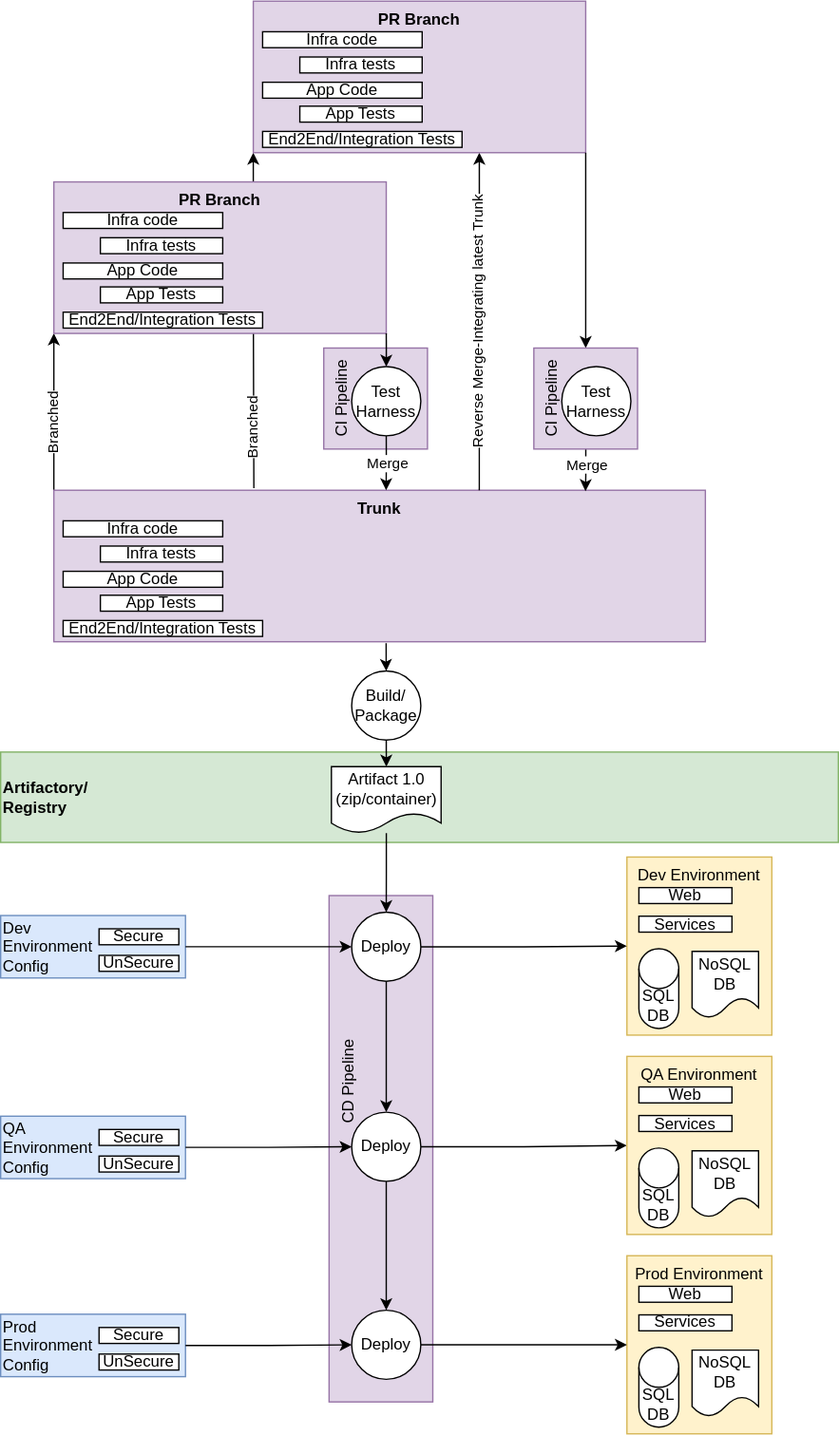
Above: assets/images/deployments.svg in vjavle/minimal-mistakes (draw.io), before the change. Source tidied: cells renumbered, new cells last; positions are measured from the earlier drawing's top-left corner, leaving out a move shared by most shapes.
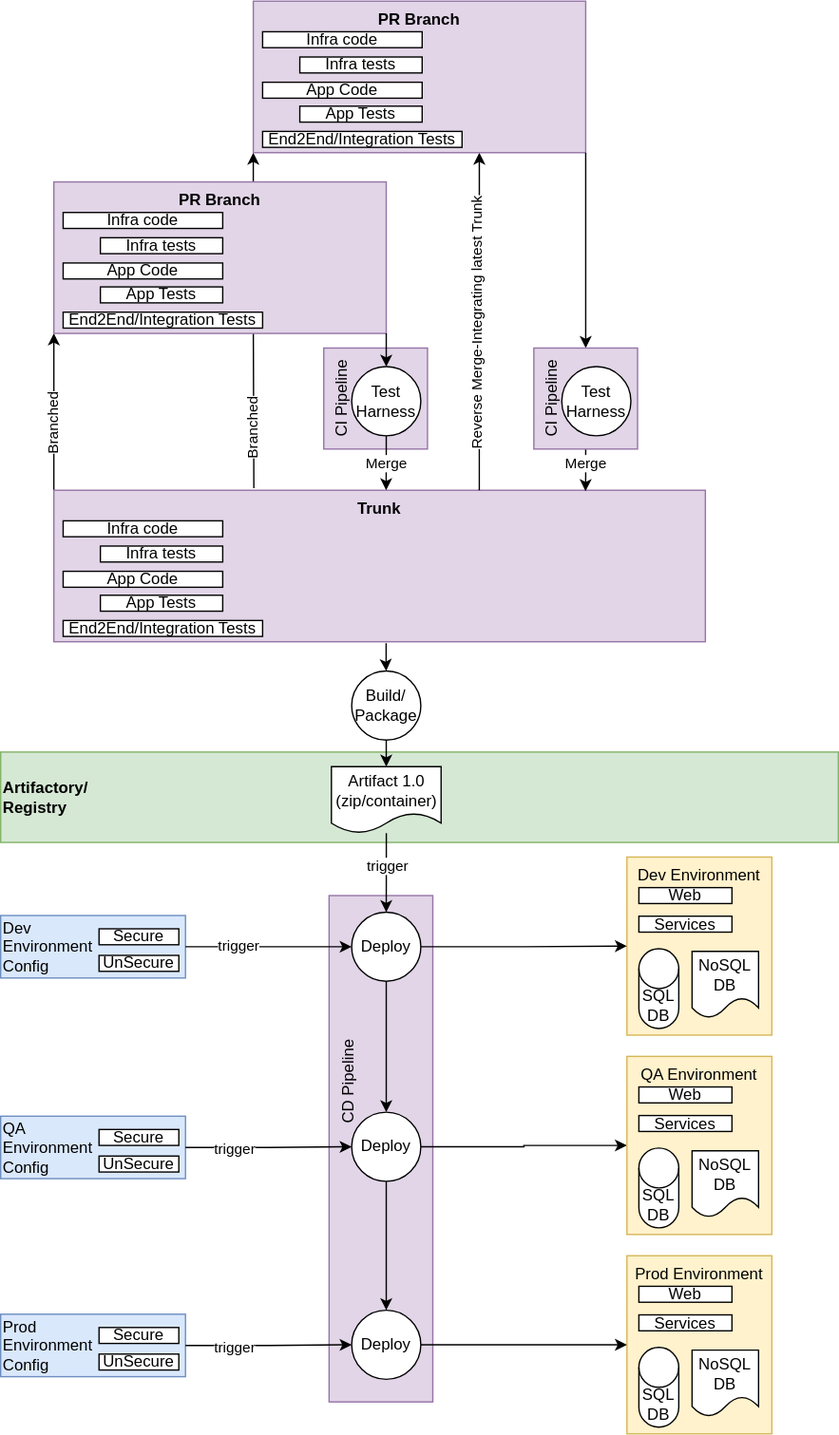
After the change.

Change to the diagram source:
```diff
@@ -82,6 +82,9 @@
     <mxCell id="27" style="edgeStyle=orthogonalEdgeStyle;rounded=0;jettySize=auto;html=1;entryX=0.5;entryY=0;entryDx=0;entryDy=0;startArrow=none;startFill=0;endArrow=classic;endFill=1;" parent="1" edge="1" source="28" target="54">
       <mxGeometry relative="1" as="geometry" />
     </mxCell>
+    <mxCell id="81" value="trigger" style="edgeLabel;html=1;align=center;verticalAlign=middle;" parent="27" vertex="1">
+      <mxGeometry x="-0.18" y="1" relative="1" as="geometry" />
+    </mxCell>
     <mxCell id="28" value="&lt;div&gt;Artifact 1.0&lt;/div&gt;&lt;div&gt;(zip/container)&lt;/div&gt;" style="shape=document;whiteSpace=wrap;html=1;boundedLbl=1;" parent="1" vertex="1">
       <mxGeometry x="248.8" y="576" width="82.5" height="50" as="geometry" />
     </mxCell>
@@ -170,6 +173,9 @@
     <mxCell id="55" style="edgeStyle=orthogonalEdgeStyle;rounded=0;jettySize=auto;html=1;startArrow=none;startFill=0;endArrow=classic;endFill=1;" parent="1" edge="1" source="32" target="54">
       <mxGeometry relative="1" as="geometry" />
     </mxCell>
+    <mxCell id="82" value="trigger" style="edgeLabel;html=1;align=center;verticalAlign=middle;" parent="55" vertex="1">
+      <mxGeometry x="-0.36" y="1" relative="1" as="geometry" />
+    </mxCell>
     <mxCell id="56" style="edgeStyle=orthogonalEdgeStyle;rounded=0;jettySize=auto;html=1;startArrow=none;startFill=0;endArrow=classic;endFill=1;" parent="1" edge="1" source="58" target="59">
       <mxGeometry relative="1" as="geometry" />
     </mxCell>
@@ -209,6 +215,11 @@
     <mxCell id="68" style="edgeStyle=orthogonalEdgeStyle;rounded=0;jettySize=auto;html=1;startArrow=none;startFill=0;endArrow=classic;endFill=1;" parent="1" edge="1" source="65" target="58">
       <mxGeometry relative="1" as="geometry" />
     </mxCell>
+    <mxCell id="83" value="trigger" style="edgeLabel;html=1;align=center;verticalAlign=middle;" parent="68" vertex="1">
+      <mxGeometry x="-0.41" relative="1" as="geometry">
+        <mxPoint y="1" as="offset" />
+      </mxGeometry>
+    </mxCell>
     <mxCell id="69" value="Prod Environment" style="rounded=0;whiteSpace=wrap;html=1;verticalAlign=top;fillColor=#fff2cc;strokeColor=#d6b656;" parent="1" vertex="1">
       <mxGeometry x="471" y="944" width="109" height="134" as="geometry" />
     </mxCell>
@@ -245,5 +256,10 @@
     <mxCell id="80" style="edgeStyle=orthogonalEdgeStyle;rounded=0;jettySize=auto;html=1;startArrow=none;startFill=0;endArrow=classic;endFill=1;" parent="1" edge="1" source="77" target="75">
       <mxGeometry relative="1" as="geometry" />
     </mxCell>
+    <mxCell id="84" value="trigger" style="edgeLabel;html=1;align=center;verticalAlign=middle;" parent="80" vertex="1">
+      <mxGeometry x="-0.41" relative="1" as="geometry">
+        <mxPoint y="1" as="offset" />
+      </mxGeometry>
+    </mxCell>
   </root>
 </mxGraphModel>
```
